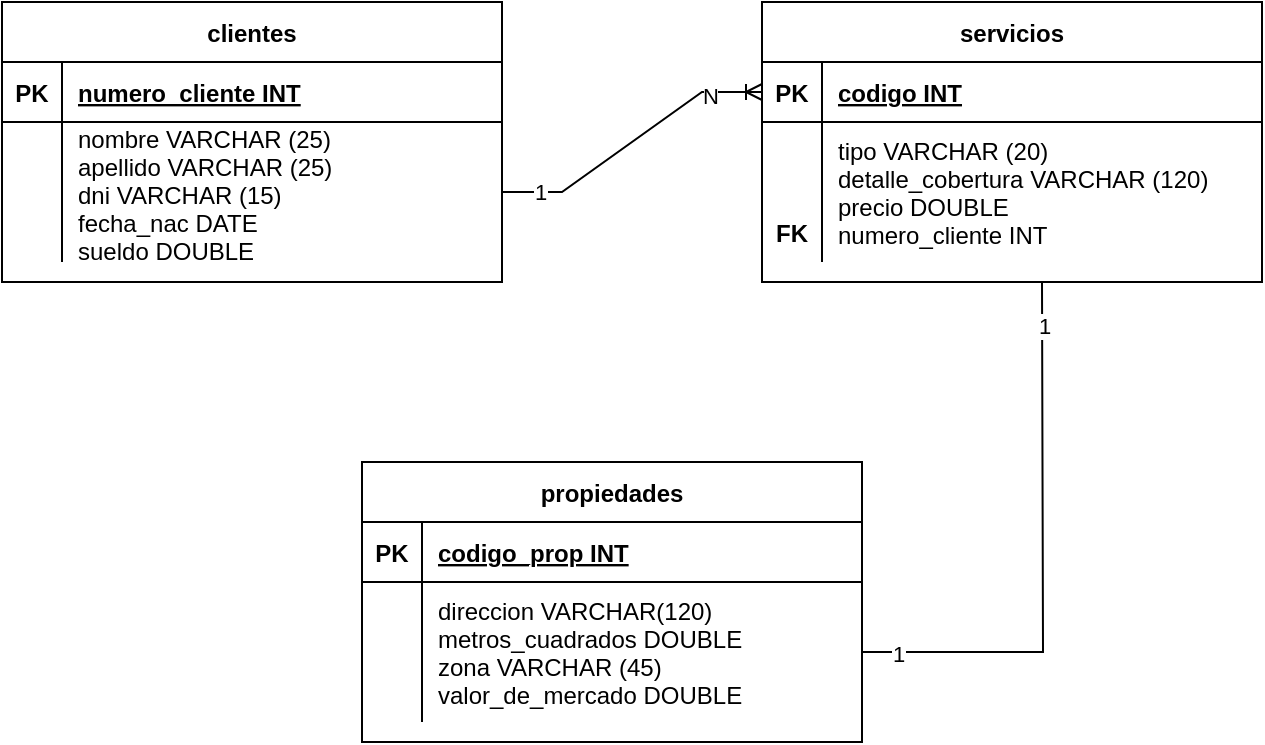
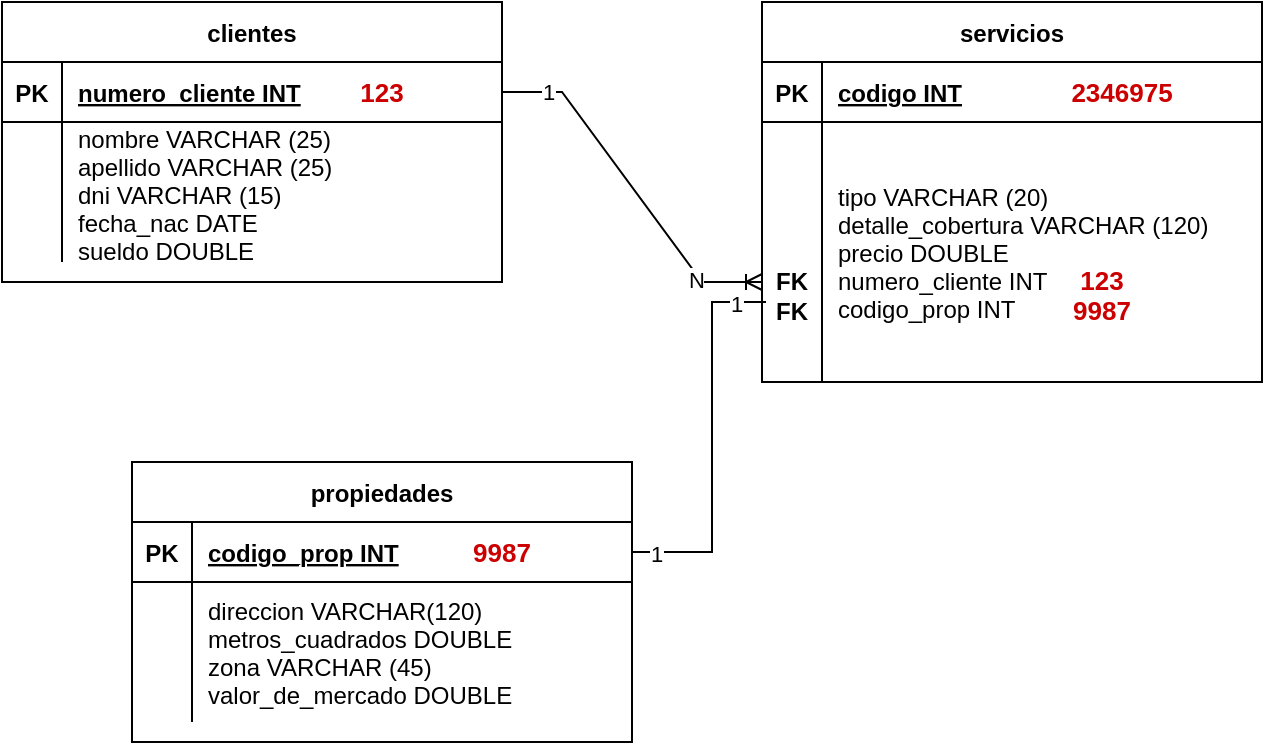
<mxfile host="app.diagrams.net" agent="5.0 (Macintosh; Intel Mac OS X 10_14_6) AppleWebKit/537.36 (KHTML, like Gecko) Chrome/83.0.4103.116 Safari/537.36">
  <diagram id="R2lEEEUBdFMjLlhIrx00" name="Page-1">
    <mxGraphModel dx="1028" dy="563" grid="1" gridSize="10" guides="1" tooltips="1" connect="1" arrows="1" fold="1" page="1" pageScale="1" pageWidth="850" pageHeight="1100" math="0" shadow="0" extFonts="Permanent Marker^https://fonts.googleapis.com/css?family=Permanent+Marker">
      <root>
        <mxCell id="0" />
        <mxCell id="1" parent="0" />
        <mxCell id="C-vyLk0tnHw3VtMMgP7b-23" parent="1" style="shape=table;startSize=30;container=1;collapsible=1;childLayout=tableLayout;fixedRows=1;rowLines=0;fontStyle=1;align=center;resizeLast=1;" value="clientes" vertex="1">
          <mxGeometry height="140" width="250" x="120" y="120" as="geometry">
            <mxRectangle height="30" width="80" x="120" y="120" as="alternateBounds" />
          </mxGeometry>
        </mxCell>
        <mxCell id="C-vyLk0tnHw3VtMMgP7b-24" parent="C-vyLk0tnHw3VtMMgP7b-23" style="shape=partialRectangle;collapsible=0;dropTarget=0;pointerEvents=0;fillColor=none;points=[[0,0.5],[1,0.5]];portConstraint=eastwest;top=0;left=0;right=0;bottom=1;" value="" vertex="1">
          <mxGeometry height="30" width="250" y="30" as="geometry" />
        </mxCell>
        <mxCell id="C-vyLk0tnHw3VtMMgP7b-25" parent="C-vyLk0tnHw3VtMMgP7b-24" style="shape=partialRectangle;overflow=hidden;connectable=0;fillColor=none;top=0;left=0;bottom=0;right=0;fontStyle=1;" value="PK" vertex="1">
          <mxGeometry height="30" width="30" as="geometry">
            <mxRectangle height="30" width="30" as="alternateBounds" />
          </mxGeometry>
        </mxCell>
        <mxCell id="C-vyLk0tnHw3VtMMgP7b-26" parent="C-vyLk0tnHw3VtMMgP7b-24" style="shape=partialRectangle;overflow=hidden;connectable=0;fillColor=none;top=0;left=0;bottom=0;right=0;align=left;spacingLeft=6;fontStyle=5;" value="numero_cliente INT" vertex="1">
          <mxGeometry height="30" width="220" x="30" as="geometry">
            <mxRectangle height="30" width="220" as="alternateBounds" />
          </mxGeometry>
        </mxCell>
        <mxCell id="C-vyLk0tnHw3VtMMgP7b-27" parent="C-vyLk0tnHw3VtMMgP7b-23" style="shape=partialRectangle;collapsible=0;dropTarget=0;pointerEvents=0;fillColor=none;points=[[0,0.5],[1,0.5]];portConstraint=eastwest;top=0;left=0;right=0;bottom=0;" value="" vertex="1">
          <mxGeometry height="70" width="250" y="60" as="geometry" />
        </mxCell>
        <mxCell id="C-vyLk0tnHw3VtMMgP7b-28" parent="C-vyLk0tnHw3VtMMgP7b-27" style="shape=partialRectangle;overflow=hidden;connectable=0;fillColor=none;top=0;left=0;bottom=0;right=0;" value="" vertex="1">
          <mxGeometry height="70" width="30" as="geometry">
            <mxRectangle height="70" width="30" as="alternateBounds" />
          </mxGeometry>
        </mxCell>
        <mxCell id="C-vyLk0tnHw3VtMMgP7b-29" parent="C-vyLk0tnHw3VtMMgP7b-27" style="shape=partialRectangle;overflow=hidden;connectable=0;fillColor=none;top=0;left=0;bottom=0;right=0;align=left;spacingLeft=6;" value="nombre VARCHAR (25)&#xa;apellido VARCHAR (25)&#xa;dni VARCHAR (15)&#xa;fecha_nac DATE &#xa;sueldo DOUBLE" vertex="1">
          <mxGeometry height="70" width="220" x="30" as="geometry">
            <mxRectangle height="70" width="220" as="alternateBounds" />
          </mxGeometry>
        </mxCell>
        <mxCell id="kA8Cb3ojIykUHQfguxr_-14" parent="1" style="shape=table;startSize=30;container=1;collapsible=1;childLayout=tableLayout;fixedRows=1;rowLines=0;fontStyle=1;align=center;resizeLast=1;" value="servicios" vertex="1">
-           <mxGeometry height="140" width="250" x="500" y="120" as="geometry" />
+           <mxGeometry height="190" width="250" x="500" y="120" as="geometry" />
        </mxCell>
        <mxCell id="kA8Cb3ojIykUHQfguxr_-15" parent="kA8Cb3ojIykUHQfguxr_-14" style="shape=partialRectangle;collapsible=0;dropTarget=0;pointerEvents=0;fillColor=none;points=[[0,0.5],[1,0.5]];portConstraint=eastwest;top=0;left=0;right=0;bottom=1;" value="" vertex="1">
          <mxGeometry height="30" width="250" y="30" as="geometry" />
        </mxCell>
        <mxCell id="kA8Cb3ojIykUHQfguxr_-16" parent="kA8Cb3ojIykUHQfguxr_-15" style="shape=partialRectangle;overflow=hidden;connectable=0;fillColor=none;top=0;left=0;bottom=0;right=0;fontStyle=1;" value="PK" vertex="1">
          <mxGeometry height="30" width="30" as="geometry">
            <mxRectangle height="30" width="30" as="alternateBounds" />
          </mxGeometry>
        </mxCell>
        <mxCell id="kA8Cb3ojIykUHQfguxr_-17" parent="kA8Cb3ojIykUHQfguxr_-15" style="shape=partialRectangle;overflow=hidden;connectable=0;fillColor=none;top=0;left=0;bottom=0;right=0;align=left;spacingLeft=6;fontStyle=5;" value="codigo INT" vertex="1">
          <mxGeometry height="30" width="220" x="30" as="geometry">
            <mxRectangle height="30" width="220" as="alternateBounds" />
          </mxGeometry>
        </mxCell>
        <mxCell id="kA8Cb3ojIykUHQfguxr_-18" parent="kA8Cb3ojIykUHQfguxr_-14" style="shape=partialRectangle;collapsible=0;dropTarget=0;pointerEvents=0;fillColor=none;points=[[0,0.5],[1,0.5]];portConstraint=eastwest;top=0;left=0;right=0;bottom=0;" value="" vertex="1">
-           <mxGeometry height="70" width="250" y="60" as="geometry" />
+           <mxGeometry height="130" width="250" y="60" as="geometry" />
        </mxCell>
        <mxCell id="kA8Cb3ojIykUHQfguxr_-19" parent="kA8Cb3ojIykUHQfguxr_-18" style="shape=partialRectangle;overflow=hidden;connectable=0;fillColor=none;top=0;left=0;bottom=0;right=0;" value="" vertex="1">
-           <mxGeometry height="70" width="30" as="geometry">
-             <mxRectangle height="70" width="30" as="alternateBounds" />
+           <mxGeometry height="130" width="30" as="geometry">
+             <mxRectangle height="130" width="30" as="alternateBounds" />
          </mxGeometry>
        </mxCell>
-         <mxCell id="kA8Cb3ojIykUHQfguxr_-20" parent="kA8Cb3ojIykUHQfguxr_-18" style="shape=partialRectangle;overflow=hidden;connectable=0;fillColor=none;top=0;left=0;bottom=0;right=0;align=left;spacingLeft=6;" value="tipo VARCHAR (20)&#xa;detalle_cobertura VARCHAR (120)&#xa;precio DOUBLE&#xa;numero_cliente INT" vertex="1">
-           <mxGeometry height="70" width="220" x="30" as="geometry">
-             <mxRectangle height="70" width="220" as="alternateBounds" />
+         <mxCell id="kA8Cb3ojIykUHQfguxr_-20" parent="kA8Cb3ojIykUHQfguxr_-18" style="shape=partialRectangle;overflow=hidden;connectable=0;fillColor=none;top=0;left=0;bottom=0;right=0;align=left;spacingLeft=6;" value="tipo VARCHAR (20)&#xa;detalle_cobertura VARCHAR (120)&#xa;precio DOUBLE&#xa;numero_cliente INT&#xa;codigo_prop INT" vertex="1">
+           <mxGeometry height="130" width="220" x="30" as="geometry">
+             <mxRectangle height="130" width="220" as="alternateBounds" />
          </mxGeometry>
        </mxCell>
        <mxCell id="kA8Cb3ojIykUHQfguxr_-21" parent="1" style="shape=table;startSize=30;container=1;collapsible=1;childLayout=tableLayout;fixedRows=1;rowLines=0;fontStyle=1;align=center;resizeLast=1;" value="propiedades" vertex="1">
-           <mxGeometry height="140" width="250" x="300" y="350" as="geometry" />
+           <mxGeometry height="140" width="250" x="185" y="350" as="geometry" />
        </mxCell>
        <mxCell id="kA8Cb3ojIykUHQfguxr_-22" parent="kA8Cb3ojIykUHQfguxr_-21" style="shape=partialRectangle;collapsible=0;dropTarget=0;pointerEvents=0;fillColor=none;points=[[0,0.5],[1,0.5]];portConstraint=eastwest;top=0;left=0;right=0;bottom=1;" value="" vertex="1">
          <mxGeometry height="30" width="250" y="30" as="geometry" />
        </mxCell>
        <mxCell id="kA8Cb3ojIykUHQfguxr_-23" parent="kA8Cb3ojIykUHQfguxr_-22" style="shape=partialRectangle;overflow=hidden;connectable=0;fillColor=none;top=0;left=0;bottom=0;right=0;fontStyle=1;" value="PK" vertex="1">
          <mxGeometry height="30" width="30" as="geometry">
            <mxRectangle height="30" width="30" as="alternateBounds" />
          </mxGeometry>
        </mxCell>
        <mxCell id="kA8Cb3ojIykUHQfguxr_-24" parent="kA8Cb3ojIykUHQfguxr_-22" style="shape=partialRectangle;overflow=hidden;connectable=0;fillColor=none;top=0;left=0;bottom=0;right=0;align=left;spacingLeft=6;fontStyle=5;" value="codigo_prop INT" vertex="1">
          <mxGeometry height="30" width="220" x="30" as="geometry">
            <mxRectangle height="30" width="220" as="alternateBounds" />
          </mxGeometry>
        </mxCell>
        <mxCell id="kA8Cb3ojIykUHQfguxr_-25" parent="kA8Cb3ojIykUHQfguxr_-21" style="shape=partialRectangle;collapsible=0;dropTarget=0;pointerEvents=0;fillColor=none;points=[[0,0.5],[1,0.5]];portConstraint=eastwest;top=0;left=0;right=0;bottom=0;" value="" vertex="1">
          <mxGeometry height="70" width="250" y="60" as="geometry" />
        </mxCell>
        <mxCell id="kA8Cb3ojIykUHQfguxr_-26" parent="kA8Cb3ojIykUHQfguxr_-25" style="shape=partialRectangle;overflow=hidden;connectable=0;fillColor=none;top=0;left=0;bottom=0;right=0;" value="" vertex="1">
          <mxGeometry height="70" width="30" as="geometry">
            <mxRectangle height="70" width="30" as="alternateBounds" />
          </mxGeometry>
        </mxCell>
        <mxCell id="kA8Cb3ojIykUHQfguxr_-27" parent="kA8Cb3ojIykUHQfguxr_-25" style="shape=partialRectangle;overflow=hidden;connectable=0;fillColor=none;top=0;left=0;bottom=0;right=0;align=left;spacingLeft=6;" value="direccion VARCHAR(120)&#xa;metros_cuadrados DOUBLE &#xa;zona VARCHAR (45)&#xa;valor_de_mercado DOUBLE" vertex="1">
          <mxGeometry height="70" width="220" x="30" as="geometry">
            <mxRectangle height="70" width="220" as="alternateBounds" />
          </mxGeometry>
        </mxCell>
-         <mxCell id="UhFBeHPIyX5zVVLfshbw-1" edge="1" parent="1" source="C-vyLk0tnHw3VtMMgP7b-27" style="edgeStyle=entityRelationEdgeStyle;fontSize=12;html=1;endArrow=ERoneToMany;rounded=0;entryX=0;entryY=0.5;entryDx=0;entryDy=0;exitX=1;exitY=0.5;exitDx=0;exitDy=0;" target="kA8Cb3ojIykUHQfguxr_-15" value="">
+         <mxCell id="UhFBeHPIyX5zVVLfshbw-1" edge="1" parent="1" source="C-vyLk0tnHw3VtMMgP7b-24" style="edgeStyle=entityRelationEdgeStyle;fontSize=12;html=1;endArrow=ERoneToMany;rounded=0;exitX=1;exitY=0.5;exitDx=0;exitDy=0;" value="">
          <mxGeometry height="100" relative="1" width="100" as="geometry">
            <mxPoint x="380" y="220" as="sourcePoint" />
-             <mxPoint x="470" y="120" as="targetPoint" />
+             <mxPoint x="500" y="260" as="targetPoint" />
          </mxGeometry>
        </mxCell>
        <mxCell id="UhFBeHPIyX5zVVLfshbw-6" connectable="0" parent="UhFBeHPIyX5zVVLfshbw-1" style="edgeLabel;html=1;align=center;verticalAlign=middle;resizable=0;points=[];" value="1" vertex="1">
          <mxGeometry relative="1" x="-0.748" as="geometry">
            <mxPoint as="offset" />
          </mxGeometry>
        </mxCell>
        <mxCell id="UhFBeHPIyX5zVVLfshbw-7" connectable="0" parent="UhFBeHPIyX5zVVLfshbw-1" style="edgeLabel;html=1;align=center;verticalAlign=middle;resizable=0;points=[];" value="N" vertex="1">
          <mxGeometry relative="1" x="0.6357" y="-2" as="geometry">
            <mxPoint as="offset" />
          </mxGeometry>
        </mxCell>
-         <mxCell id="UhFBeHPIyX5zVVLfshbw-3" edge="1" parent="1" source="kA8Cb3ojIykUHQfguxr_-25" style="edgeStyle=orthogonalEdgeStyle;rounded=0;orthogonalLoop=1;jettySize=auto;html=1;exitX=1;exitY=0.5;exitDx=0;exitDy=0;endArrow=none;endFill=0;">
+         <mxCell id="UhFBeHPIyX5zVVLfshbw-3" edge="1" parent="1" source="kA8Cb3ojIykUHQfguxr_-22" style="edgeStyle=orthogonalEdgeStyle;rounded=0;orthogonalLoop=1;jettySize=auto;html=1;endArrow=none;endFill=0;exitX=1;exitY=0.5;exitDx=0;exitDy=0;">
          <mxGeometry relative="1" as="geometry">
-             <mxPoint x="640" y="260" as="targetPoint" />
+             <Array as="points">
+               <mxPoint x="475" y="395" />
+               <mxPoint x="475" y="270" />
+             </Array>
+             <mxPoint x="460" y="440" as="sourcePoint" />
+             <mxPoint x="502" y="270" as="targetPoint" />
          </mxGeometry>
        </mxCell>
        <mxCell id="UhFBeHPIyX5zVVLfshbw-4" connectable="0" parent="UhFBeHPIyX5zVVLfshbw-3" style="edgeLabel;html=1;align=center;verticalAlign=middle;resizable=0;points=[];" value="1" vertex="1">
          <mxGeometry relative="1" x="0.8385" y="-1" as="geometry">
            <mxPoint as="offset" />
          </mxGeometry>
        </mxCell>
        <mxCell id="UhFBeHPIyX5zVVLfshbw-5" connectable="0" parent="UhFBeHPIyX5zVVLfshbw-3" style="edgeLabel;html=1;align=center;verticalAlign=middle;resizable=0;points=[];" value="1" vertex="1">
          <mxGeometry relative="1" x="-0.8735" y="-1" as="geometry">
            <mxPoint as="offset" />
          </mxGeometry>
        </mxCell>
        <mxCell id="UhFBeHPIyX5zVVLfshbw-8" parent="1" style="shape=partialRectangle;overflow=hidden;connectable=0;fillColor=none;top=0;left=0;bottom=0;right=0;fontStyle=1;" value="FK" vertex="1">
-           <mxGeometry height="30" width="30" x="500" y="220" as="geometry">
+           <mxGeometry height="30" width="30" x="500" y="244" as="geometry">
            <mxRectangle height="30" width="30" as="alternateBounds" />
          </mxGeometry>
+         </mxCell>
+         <mxCell id="UhFBeHPIyX5zVVLfshbw-9" parent="1" style="shape=partialRectangle;overflow=hidden;connectable=0;fillColor=none;top=0;left=0;bottom=0;right=0;fontStyle=1;" value="FK" vertex="1">
+           <mxGeometry height="30" width="30" x="500" y="259" as="geometry">
+             <mxRectangle height="30" width="30" as="alternateBounds" />
+           </mxGeometry>
+         </mxCell>
+         <mxCell id="UhFBeHPIyX5zVVLfshbw-11" parent="1" style="text;html=1;whiteSpace=wrap;strokeColor=none;fillColor=none;align=center;verticalAlign=middle;rounded=0;" value="&lt;font style=&quot;color: rgb(204, 0, 0); font-size: 13px;&quot;&gt;&lt;b&gt;123&lt;/b&gt;&lt;/font&gt;" vertex="1">
+           <mxGeometry height="30" width="60" x="280" y="150" as="geometry" />
+         </mxCell>
+         <mxCell id="UhFBeHPIyX5zVVLfshbw-12" parent="1" style="text;html=1;whiteSpace=wrap;strokeColor=none;fillColor=none;align=center;verticalAlign=middle;rounded=0;" value="&lt;font color=&quot;#cc0000&quot;&gt;&lt;span style=&quot;font-size: 13px;&quot;&gt;&lt;b&gt;2346975&lt;/b&gt;&lt;/span&gt;&lt;/font&gt;" vertex="1">
+           <mxGeometry height="30" width="60" x="650" y="150" as="geometry" />
+         </mxCell>
+         <mxCell id="UhFBeHPIyX5zVVLfshbw-13" parent="1" style="text;html=1;whiteSpace=wrap;strokeColor=none;fillColor=none;align=center;verticalAlign=middle;rounded=0;" value="&lt;font style=&quot;color: rgb(204, 0, 0); font-size: 13px;&quot;&gt;&lt;b&gt;9987&lt;/b&gt;&lt;/font&gt;" vertex="1">
+           <mxGeometry height="30" width="60" x="340" y="380" as="geometry" />
+         </mxCell>
+         <mxCell id="UhFBeHPIyX5zVVLfshbw-15" parent="1" style="text;html=1;whiteSpace=wrap;strokeColor=none;fillColor=none;align=center;verticalAlign=middle;rounded=0;" value="&lt;font style=&quot;color: rgb(204, 0, 0); font-size: 13px;&quot;&gt;&lt;b&gt;123&lt;/b&gt;&lt;/font&gt;" vertex="1">
+           <mxGeometry height="30" width="60" x="640" y="244" as="geometry" />
+         </mxCell>
+         <mxCell id="UhFBeHPIyX5zVVLfshbw-16" parent="1" style="text;html=1;whiteSpace=wrap;strokeColor=none;fillColor=none;align=center;verticalAlign=middle;rounded=0;" value="&lt;font style=&quot;color: rgb(204, 0, 0); font-size: 13px;&quot;&gt;&lt;b&gt;9987&lt;/b&gt;&lt;/font&gt;" vertex="1">
+           <mxGeometry height="30" width="60" x="640" y="259" as="geometry" />
        </mxCell>
      </root>
    </mxGraphModel>
  </diagram>
</mxfile>
